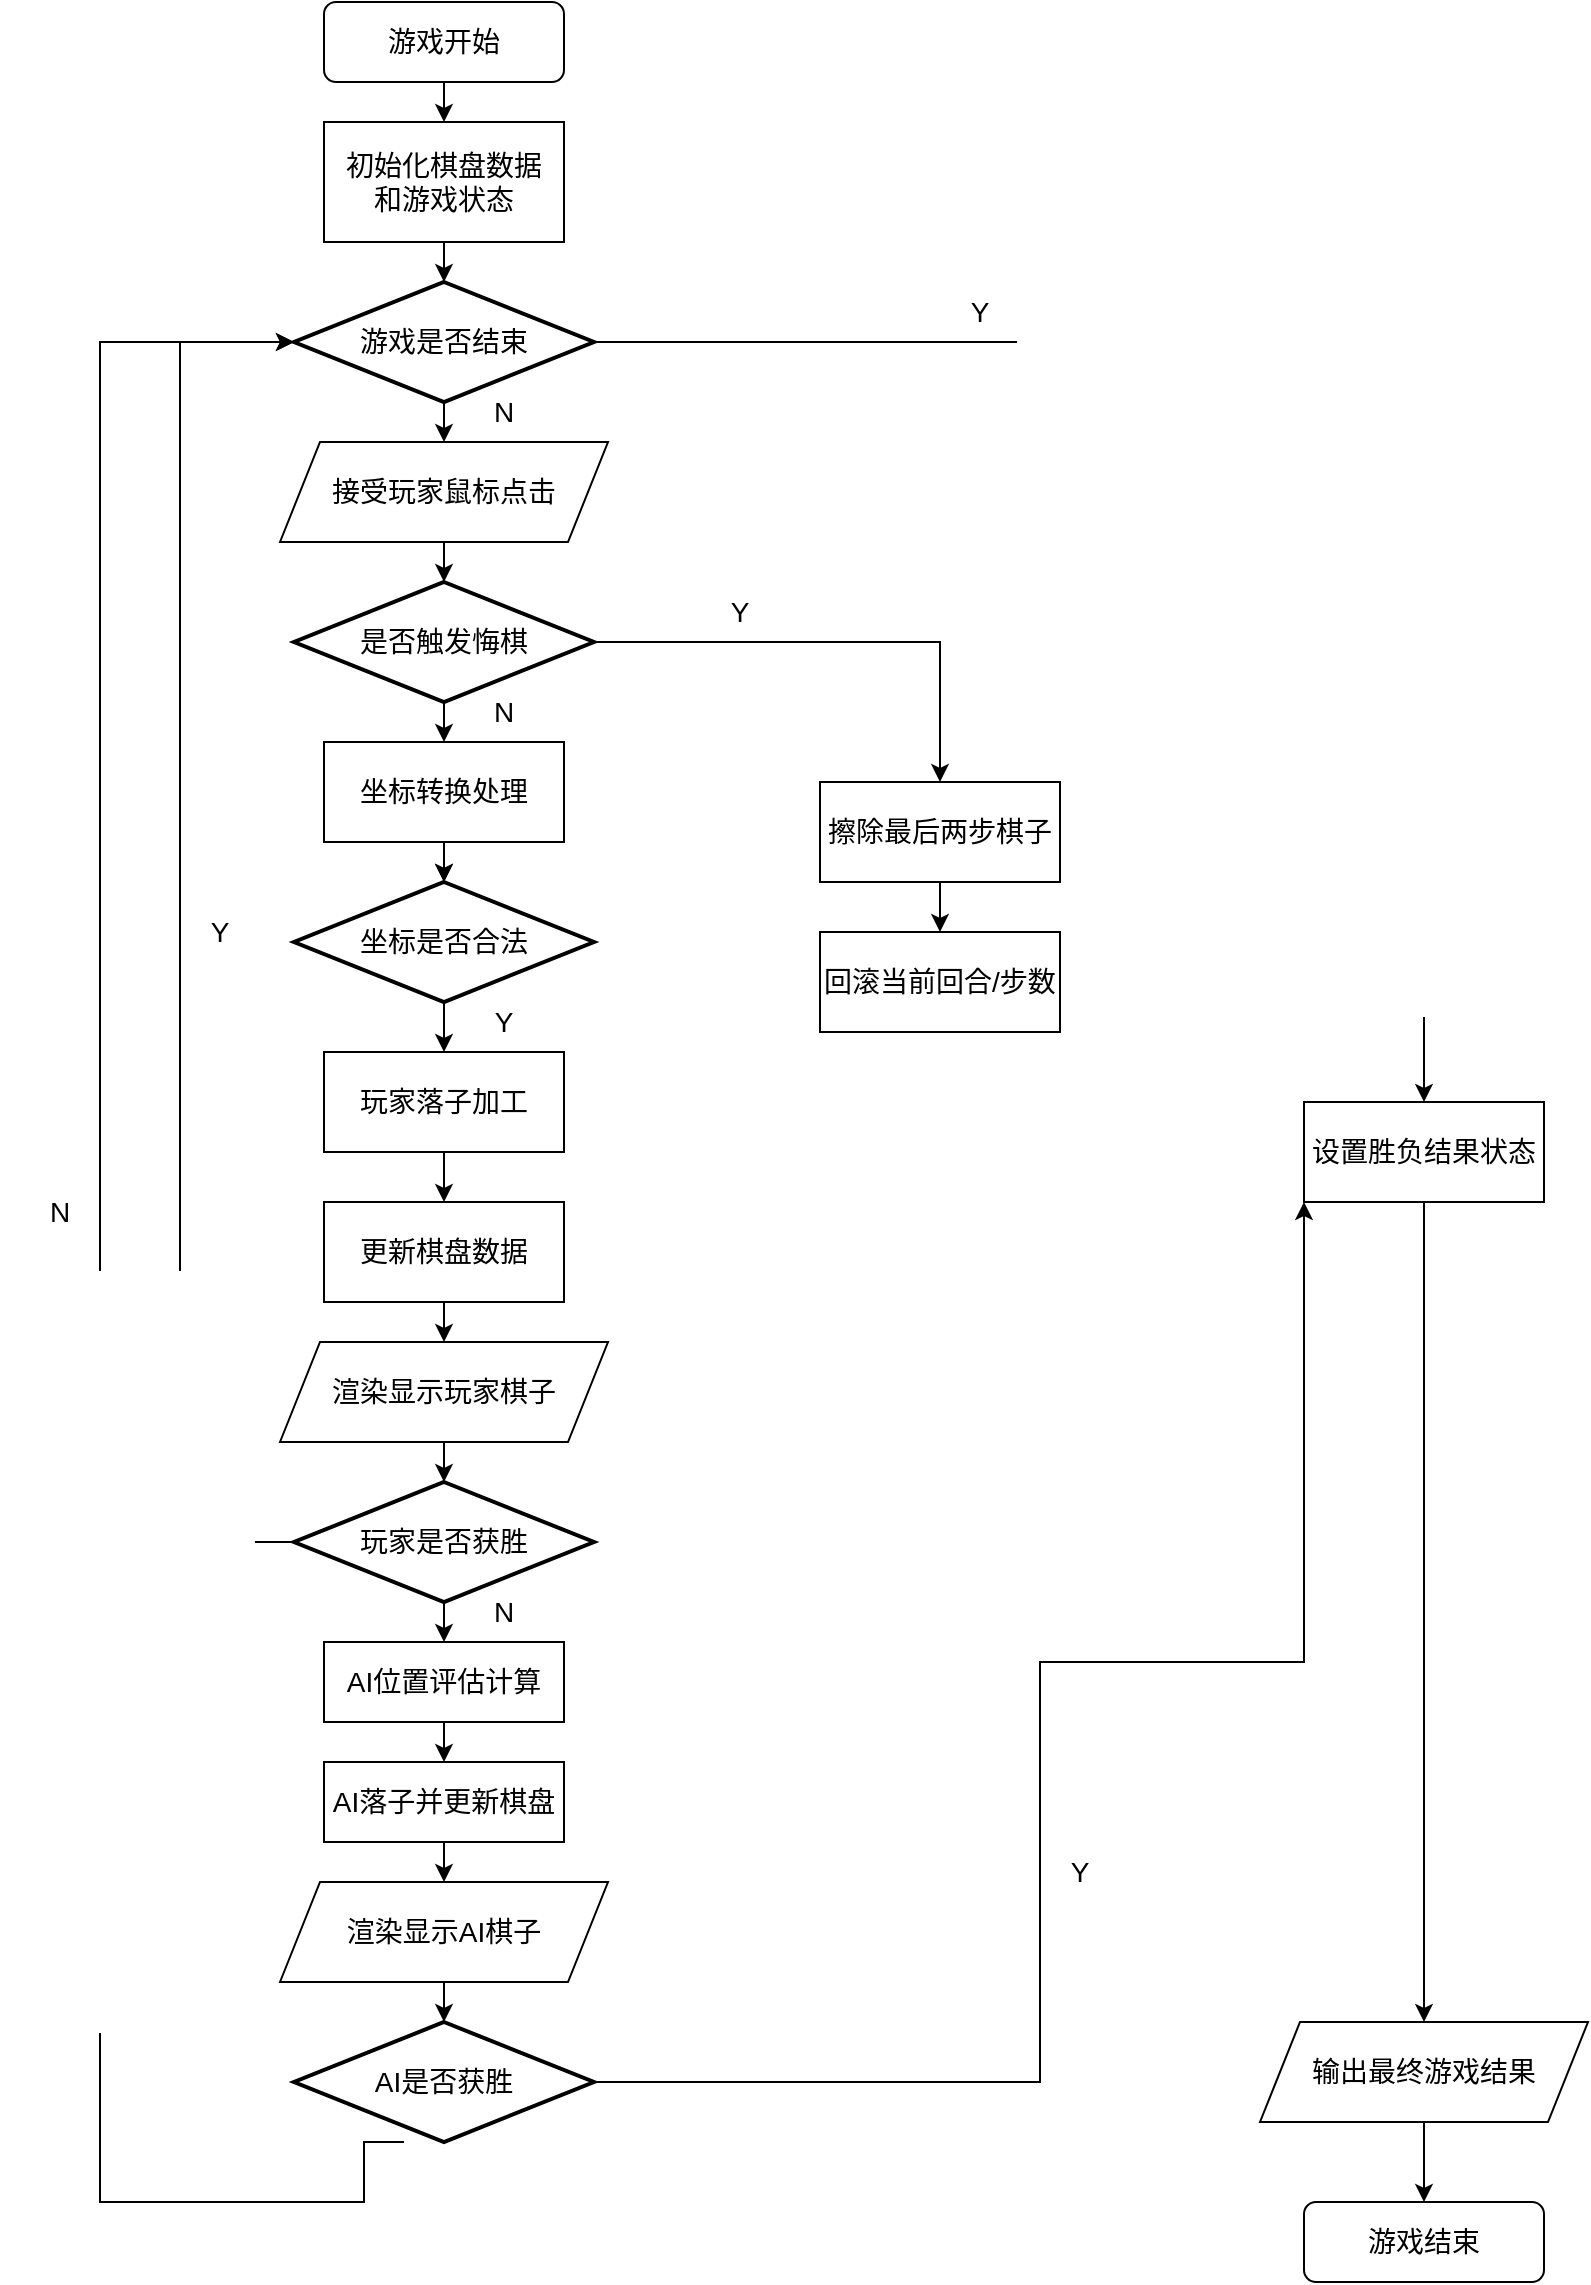
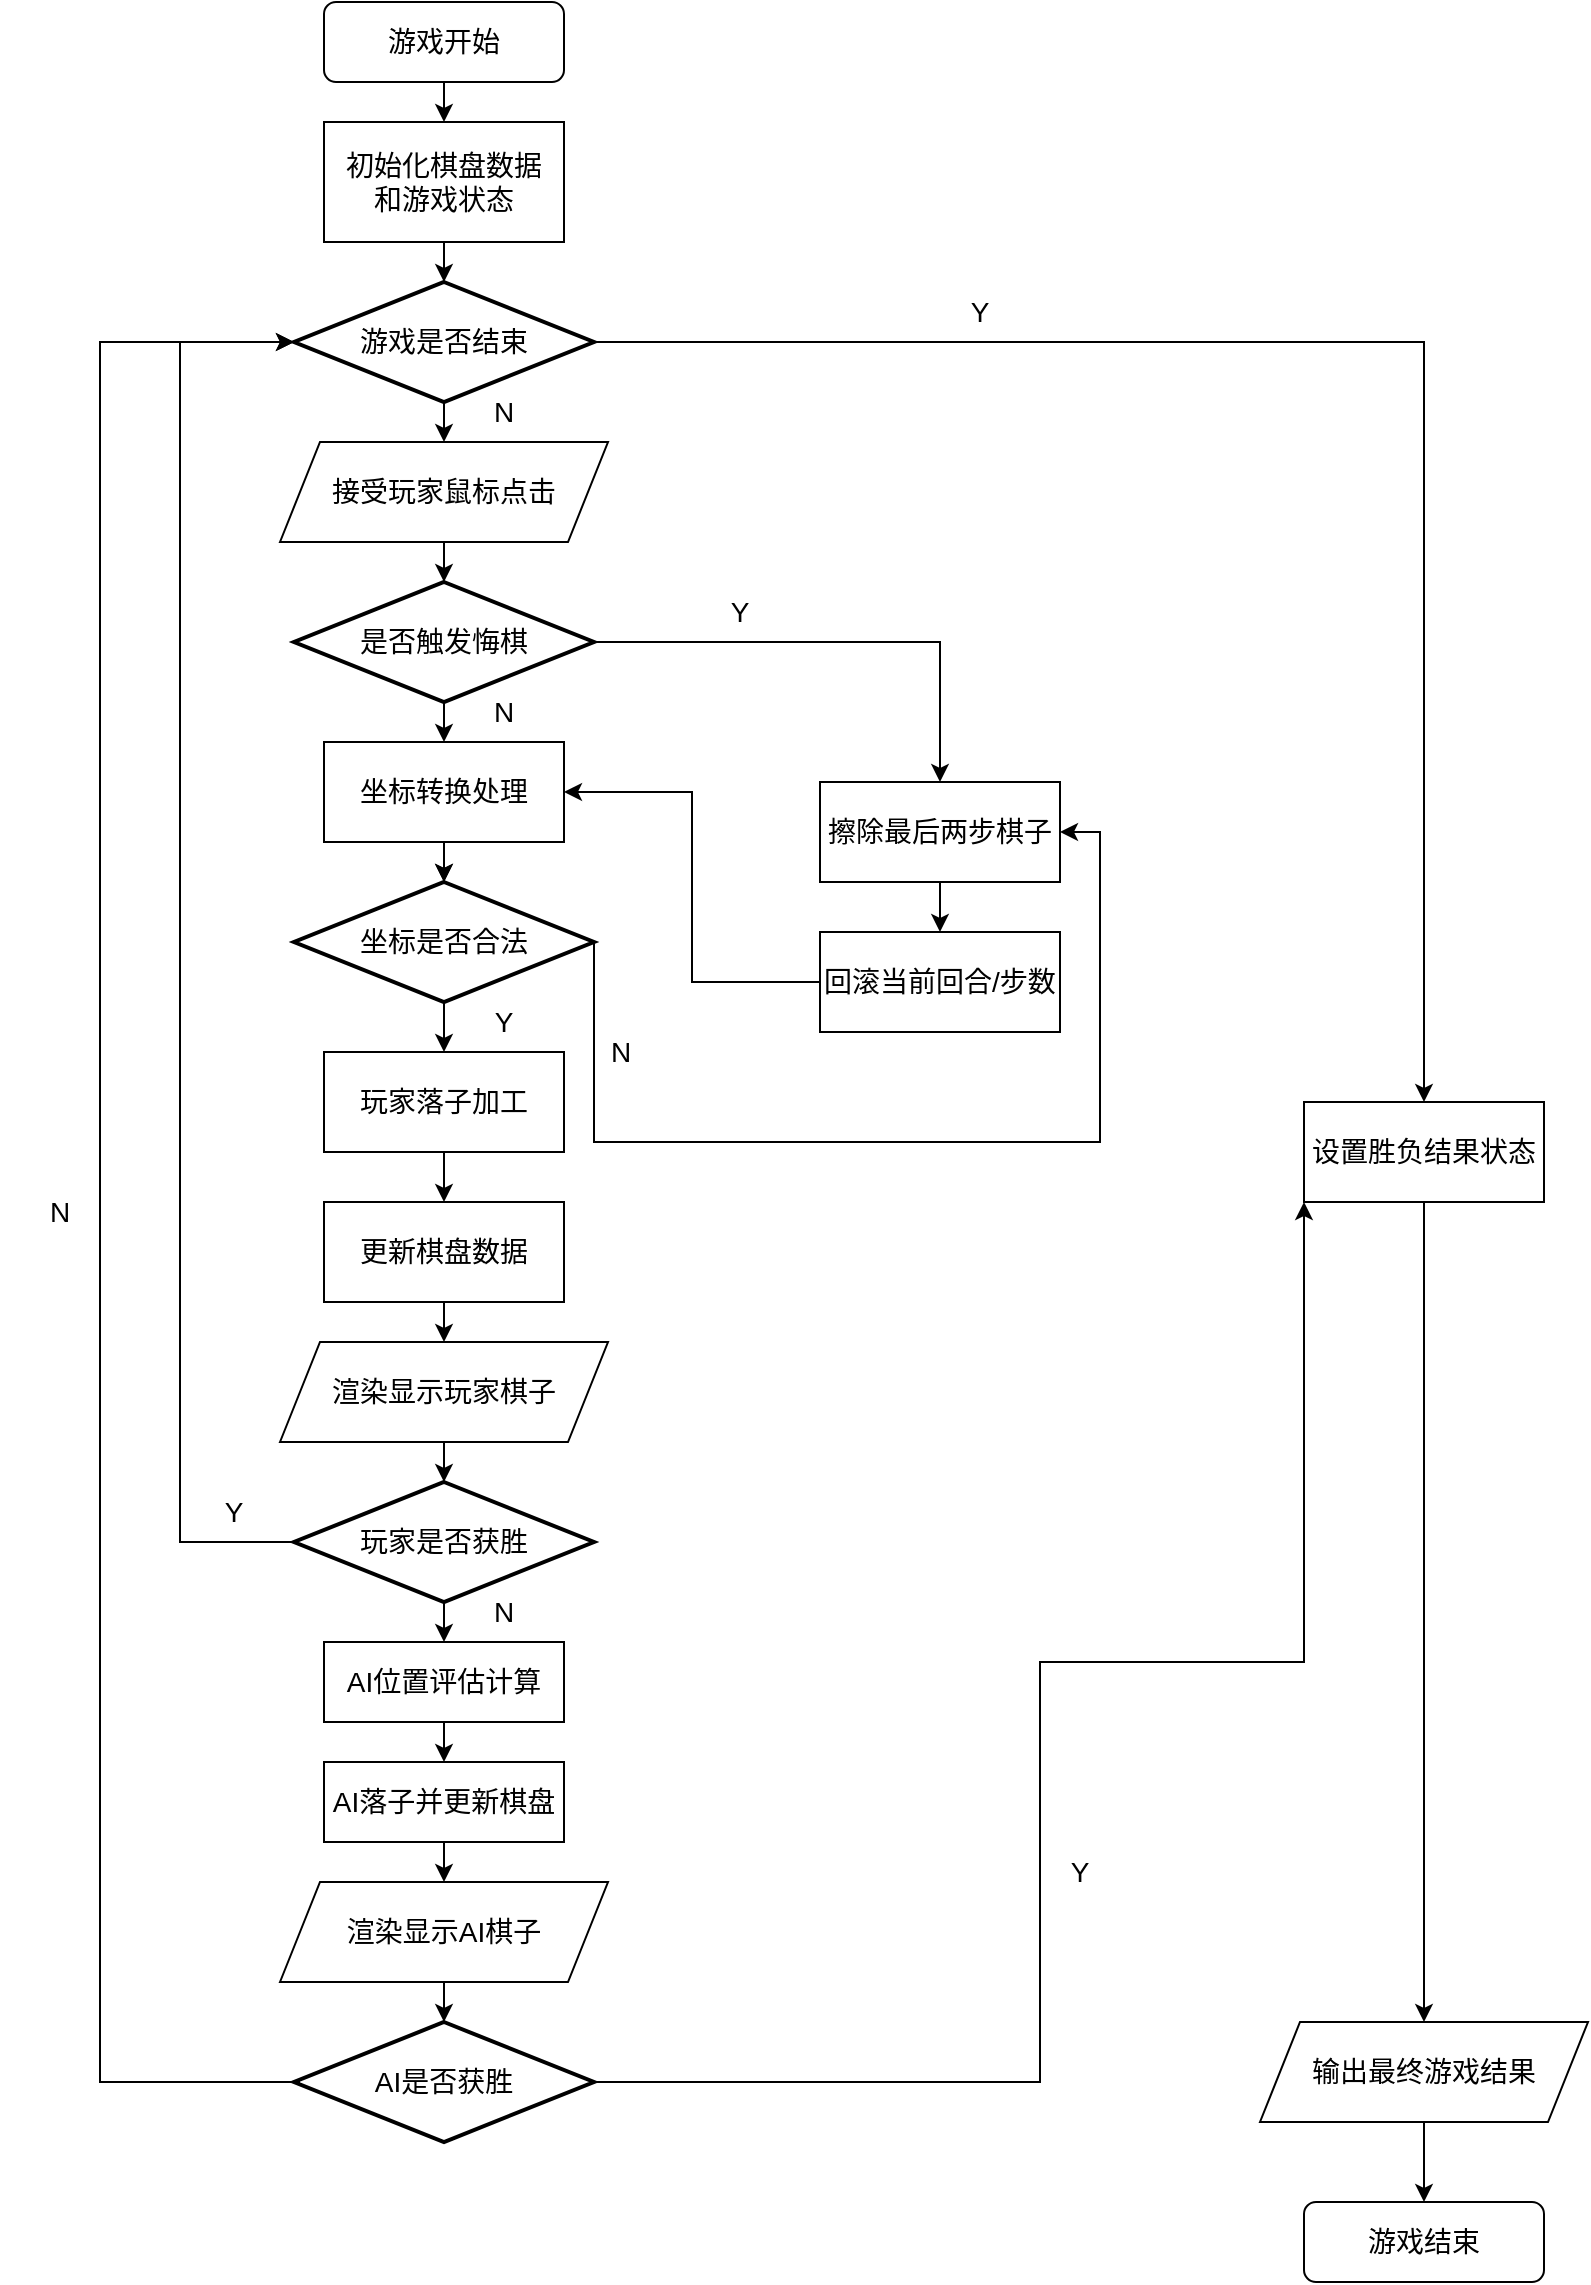
<mxfile host="app.diagrams.net">
  <diagram name="Page-1" id="Ut53iUmTTLsHKbGdxMO9">
    <mxGraphModel dx="2054" dy="1198" grid="1" gridSize="10" guides="1" tooltips="1" connect="1" arrows="1" fold="1" page="1" pageScale="1" pageWidth="827" pageHeight="1169" math="0" shadow="0">
      <root>
        <mxCell id="0" />
        <mxCell id="1" parent="0" />
        <mxCell id="LBzLqDpE-ghOYlSVNWWL-11" edge="1" parent="1" source="LBzLqDpE-ghOYlSVNWWL-4" style="edgeStyle=orthogonalEdgeStyle;rounded=0;orthogonalLoop=1;jettySize=auto;html=1;exitX=0.5;exitY=1;exitDx=0;exitDy=0;exitPerimeter=0;entryX=0.5;entryY=0;entryDx=0;entryDy=0;" target="LBzLqDpE-ghOYlSVNWWL-9">
          <mxGeometry relative="1" as="geometry" />
        </mxCell>
        <mxCell id="LBzLqDpE-ghOYlSVNWWL-51" edge="1" parent="1" source="LBzLqDpE-ghOYlSVNWWL-4" style="edgeStyle=orthogonalEdgeStyle;rounded=0;orthogonalLoop=1;jettySize=auto;html=1;exitX=1;exitY=0.5;exitDx=0;exitDy=0;exitPerimeter=0;entryX=0.5;entryY=0;entryDx=0;entryDy=0;" target="LBzLqDpE-ghOYlSVNWWL-45">
          <mxGeometry relative="1" as="geometry" />
        </mxCell>
        <mxCell id="LBzLqDpE-ghOYlSVNWWL-4" parent="1" style="strokeWidth=2;html=1;shape=mxgraph.flowchart.decision;whiteSpace=wrap;" value="&lt;font style=&quot;font-size: 14px;&quot;&gt;游戏是否结束&lt;/font&gt;" vertex="1">
          <mxGeometry height="60" width="150" x="147" y="160" as="geometry" />
        </mxCell>
        <mxCell id="LBzLqDpE-ghOYlSVNWWL-5" edge="1" parent="1" source="LBzLqDpE-ghOYlSVNWWL-6" style="edgeStyle=orthogonalEdgeStyle;rounded=0;orthogonalLoop=1;jettySize=auto;html=1;exitX=0.5;exitY=1;exitDx=0;exitDy=0;entryX=0.5;entryY=0;entryDx=0;entryDy=0;entryPerimeter=0;" target="LBzLqDpE-ghOYlSVNWWL-4">
          <mxGeometry relative="1" as="geometry">
            <mxPoint x="342" y="210" as="sourcePoint" />
          </mxGeometry>
        </mxCell>
        <mxCell id="LBzLqDpE-ghOYlSVNWWL-6" parent="1" style="rounded=0;whiteSpace=wrap;html=1;" value="&lt;font style=&quot;font-size: 14px;&quot;&gt;初始化棋盘数据&lt;/font&gt;&lt;div&gt;&lt;span style=&quot;font-size: 14px; background-color: transparent; color: light-dark(rgb(0, 0, 0), rgb(255, 255, 255));&quot;&gt;和游戏状态&lt;/span&gt;&lt;/div&gt;" vertex="1">
          <mxGeometry height="60" width="120" x="162" y="80" as="geometry" />
        </mxCell>
        <mxCell id="LBzLqDpE-ghOYlSVNWWL-8" edge="1" parent="1" source="LBzLqDpE-ghOYlSVNWWL-7" style="edgeStyle=orthogonalEdgeStyle;rounded=0;orthogonalLoop=1;jettySize=auto;html=1;exitX=0.5;exitY=1;exitDx=0;exitDy=0;entryX=0.5;entryY=0;entryDx=0;entryDy=0;" target="LBzLqDpE-ghOYlSVNWWL-6">
          <mxGeometry relative="1" as="geometry" />
        </mxCell>
        <mxCell id="LBzLqDpE-ghOYlSVNWWL-7" parent="1" style="rounded=1;whiteSpace=wrap;html=1;" value="&lt;font style=&quot;font-size: 14px;&quot;&gt;游戏开始&lt;/font&gt;" vertex="1">
          <mxGeometry height="40" width="120" x="162" y="20" as="geometry" />
        </mxCell>
        <mxCell id="LBzLqDpE-ghOYlSVNWWL-9" parent="1" style="shape=parallelogram;perimeter=parallelogramPerimeter;whiteSpace=wrap;html=1;fixedSize=1;" value="&lt;font style=&quot;font-size: 14px;&quot;&gt;接受玩家鼠标点击&lt;/font&gt;" vertex="1">
          <mxGeometry height="50" width="164" x="140" y="240" as="geometry" />
        </mxCell>
        <mxCell id="LBzLqDpE-ghOYlSVNWWL-12" parent="1" style="text;html=1;whiteSpace=wrap;strokeColor=none;fillColor=none;align=center;verticalAlign=middle;rounded=0;" value="&lt;font style=&quot;font-size: 14px;&quot;&gt;N&lt;/font&gt;" vertex="1">
          <mxGeometry height="30" width="60" x="222" y="210" as="geometry" />
        </mxCell>
        <mxCell id="LBzLqDpE-ghOYlSVNWWL-16" edge="1" parent="1" source="LBzLqDpE-ghOYlSVNWWL-13" style="edgeStyle=orthogonalEdgeStyle;rounded=0;orthogonalLoop=1;jettySize=auto;html=1;exitX=0.5;exitY=1;exitDx=0;exitDy=0;exitPerimeter=0;entryX=0.5;entryY=0;entryDx=0;entryDy=0;" target="LBzLqDpE-ghOYlSVNWWL-15">
          <mxGeometry relative="1" as="geometry" />
        </mxCell>
        <mxCell id="LBzLqDpE-ghOYlSVNWWL-47" edge="1" parent="1" source="LBzLqDpE-ghOYlSVNWWL-13" style="edgeStyle=orthogonalEdgeStyle;rounded=0;orthogonalLoop=1;jettySize=auto;html=1;exitX=1;exitY=0.5;exitDx=0;exitDy=0;exitPerimeter=0;entryX=0.5;entryY=0;entryDx=0;entryDy=0;" target="LBzLqDpE-ghOYlSVNWWL-46">
          <mxGeometry relative="1" as="geometry" />
        </mxCell>
        <mxCell id="LBzLqDpE-ghOYlSVNWWL-13" parent="1" style="strokeWidth=2;html=1;shape=mxgraph.flowchart.decision;whiteSpace=wrap;" value="&lt;font style=&quot;font-size: 14px;&quot;&gt;是否触发悔棋&lt;/font&gt;" vertex="1">
          <mxGeometry height="60" width="150" x="147" y="310" as="geometry" />
        </mxCell>
        <mxCell id="LBzLqDpE-ghOYlSVNWWL-14" edge="1" parent="1" source="LBzLqDpE-ghOYlSVNWWL-9" style="edgeStyle=orthogonalEdgeStyle;rounded=0;orthogonalLoop=1;jettySize=auto;html=1;exitX=0.5;exitY=1;exitDx=0;exitDy=0;entryX=0.5;entryY=0;entryDx=0;entryDy=0;entryPerimeter=0;" target="LBzLqDpE-ghOYlSVNWWL-13">
          <mxGeometry relative="1" as="geometry" />
        </mxCell>
        <mxCell id="LBzLqDpE-ghOYlSVNWWL-28" edge="1" parent="1" source="LBzLqDpE-ghOYlSVNWWL-15" style="edgeStyle=orthogonalEdgeStyle;rounded=0;orthogonalLoop=1;jettySize=auto;html=1;entryX=0.5;entryY=0;entryDx=0;entryDy=0;entryPerimeter=0;" target="LBzLqDpE-ghOYlSVNWWL-18" value="">
          <mxGeometry relative="1" as="geometry" />
        </mxCell>
        <mxCell id="LBzLqDpE-ghOYlSVNWWL-15" parent="1" style="rounded=0;whiteSpace=wrap;html=1;" value="&lt;font style=&quot;font-size: 14px;&quot;&gt;坐标转换处理&lt;/font&gt;" vertex="1">
          <mxGeometry height="50" width="120" x="162" y="390" as="geometry" />
        </mxCell>
        <mxCell id="LBzLqDpE-ghOYlSVNWWL-17" parent="1" style="text;html=1;whiteSpace=wrap;strokeColor=none;fillColor=none;align=center;verticalAlign=middle;rounded=0;" value="&lt;font style=&quot;font-size: 14px;&quot;&gt;N&lt;/font&gt;" vertex="1">
          <mxGeometry height="30" width="60" x="222" y="360" as="geometry" />
        </mxCell>
        <mxCell id="LBzLqDpE-ghOYlSVNWWL-22" edge="1" parent="1" source="LBzLqDpE-ghOYlSVNWWL-18" style="edgeStyle=orthogonalEdgeStyle;rounded=0;orthogonalLoop=1;jettySize=auto;html=1;exitX=0.5;exitY=1;exitDx=0;exitDy=0;exitPerimeter=0;entryX=0.5;entryY=0;entryDx=0;entryDy=0;" target="LBzLqDpE-ghOYlSVNWWL-21">
          <mxGeometry relative="1" as="geometry" />
        </mxCell>
+         <mxCell id="LBzLqDpE-ghOYlSVNWWL-66" edge="1" parent="1" source="LBzLqDpE-ghOYlSVNWWL-18" style="edgeStyle=orthogonalEdgeStyle;rounded=0;orthogonalLoop=1;jettySize=auto;html=1;exitX=1;exitY=0.5;exitDx=0;exitDy=0;exitPerimeter=0;entryX=1;entryY=0.5;entryDx=0;entryDy=0;" target="LBzLqDpE-ghOYlSVNWWL-46">
+           <mxGeometry relative="1" as="geometry">
+             <Array as="points">
+               <mxPoint x="297" y="590" />
+               <mxPoint x="550" y="590" />
+               <mxPoint x="550" y="435" />
+             </Array>
+           </mxGeometry>
+         </mxCell>
+         <mxCell id="LBzLqDpE-ghOYlSVNWWL-67" connectable="0" parent="LBzLqDpE-ghOYlSVNWWL-66" style="edgeLabel;html=1;align=center;verticalAlign=middle;resizable=0;points=[];" value="&lt;font style=&quot;font-size: 14px;&quot;&gt;N&lt;/font&gt;" vertex="1">
+           <mxGeometry relative="1" x="-0.8371" y="9" as="geometry">
+             <mxPoint x="4" y="12" as="offset" />
+           </mxGeometry>
+         </mxCell>
        <mxCell id="LBzLqDpE-ghOYlSVNWWL-18" parent="1" style="strokeWidth=2;html=1;shape=mxgraph.flowchart.decision;whiteSpace=wrap;" value="&lt;font style=&quot;font-size: 14px;&quot;&gt;坐标是否合法&lt;/font&gt;" vertex="1">
          <mxGeometry height="60" width="150" x="147" y="460" as="geometry" />
        </mxCell>
        <mxCell id="LBzLqDpE-ghOYlSVNWWL-20" edge="1" parent="1" source="LBzLqDpE-ghOYlSVNWWL-15" style="edgeStyle=orthogonalEdgeStyle;rounded=0;orthogonalLoop=1;jettySize=auto;html=1;exitX=0.5;exitY=1;exitDx=0;exitDy=0;entryX=0.5;entryY=0;entryDx=0;entryDy=0;entryPerimeter=0;" target="LBzLqDpE-ghOYlSVNWWL-18">
          <mxGeometry relative="1" as="geometry" />
        </mxCell>
        <mxCell id="LBzLqDpE-ghOYlSVNWWL-25" edge="1" parent="1" source="LBzLqDpE-ghOYlSVNWWL-21" style="edgeStyle=orthogonalEdgeStyle;rounded=0;orthogonalLoop=1;jettySize=auto;html=1;exitX=0.5;exitY=1;exitDx=0;exitDy=0;entryX=0.5;entryY=0;entryDx=0;entryDy=0;" target="LBzLqDpE-ghOYlSVNWWL-24">
          <mxGeometry relative="1" as="geometry" />
        </mxCell>
        <mxCell id="LBzLqDpE-ghOYlSVNWWL-21" parent="1" style="rounded=0;whiteSpace=wrap;html=1;" value="&lt;font style=&quot;font-size: 14px;&quot;&gt;玩家落子加工&lt;/font&gt;" vertex="1">
          <mxGeometry height="50" width="120" x="162" y="545" as="geometry" />
        </mxCell>
        <mxCell id="LBzLqDpE-ghOYlSVNWWL-23" parent="1" style="text;html=1;whiteSpace=wrap;strokeColor=none;fillColor=none;align=center;verticalAlign=middle;rounded=0;" value="&lt;font style=&quot;font-size: 14px;&quot;&gt;Y&lt;/font&gt;" vertex="1">
          <mxGeometry height="30" width="60" x="222" y="515" as="geometry" />
        </mxCell>
        <mxCell id="LBzLqDpE-ghOYlSVNWWL-27" edge="1" parent="1" source="LBzLqDpE-ghOYlSVNWWL-24" style="edgeStyle=orthogonalEdgeStyle;rounded=0;orthogonalLoop=1;jettySize=auto;html=1;exitX=0.5;exitY=1;exitDx=0;exitDy=0;entryX=0.5;entryY=0;entryDx=0;entryDy=0;" target="LBzLqDpE-ghOYlSVNWWL-26">
          <mxGeometry relative="1" as="geometry" />
        </mxCell>
        <mxCell id="LBzLqDpE-ghOYlSVNWWL-24" parent="1" style="rounded=0;whiteSpace=wrap;html=1;" value="&lt;font style=&quot;font-size: 14px;&quot;&gt;更新棋盘数据&lt;/font&gt;" vertex="1">
          <mxGeometry height="50" width="120" x="162" y="620" as="geometry" />
        </mxCell>
        <mxCell id="LBzLqDpE-ghOYlSVNWWL-26" parent="1" style="shape=parallelogram;perimeter=parallelogramPerimeter;whiteSpace=wrap;html=1;fixedSize=1;" value="&lt;font style=&quot;font-size: 14px;&quot;&gt;渲染显示玩家棋子&lt;/font&gt;" vertex="1">
          <mxGeometry height="50" width="164" x="140" y="690" as="geometry" />
        </mxCell>
        <mxCell id="LBzLqDpE-ghOYlSVNWWL-33" edge="1" parent="1" source="LBzLqDpE-ghOYlSVNWWL-30" style="edgeStyle=orthogonalEdgeStyle;rounded=0;orthogonalLoop=1;jettySize=auto;html=1;exitX=0.5;exitY=1;exitDx=0;exitDy=0;exitPerimeter=0;entryX=0.5;entryY=0;entryDx=0;entryDy=0;" target="LBzLqDpE-ghOYlSVNWWL-32">
          <mxGeometry relative="1" as="geometry" />
        </mxCell>
        <mxCell id="LBzLqDpE-ghOYlSVNWWL-30" parent="1" style="strokeWidth=2;html=1;shape=mxgraph.flowchart.decision;whiteSpace=wrap;" value="&lt;font style=&quot;font-size: 14px;&quot;&gt;玩家是否获胜&lt;/font&gt;" vertex="1">
          <mxGeometry height="60" width="150" x="147" y="760" as="geometry" />
        </mxCell>
        <mxCell id="LBzLqDpE-ghOYlSVNWWL-31" edge="1" parent="1" source="LBzLqDpE-ghOYlSVNWWL-26" style="edgeStyle=orthogonalEdgeStyle;rounded=0;orthogonalLoop=1;jettySize=auto;html=1;exitX=0.5;exitY=1;exitDx=0;exitDy=0;entryX=0.5;entryY=0;entryDx=0;entryDy=0;entryPerimeter=0;" target="LBzLqDpE-ghOYlSVNWWL-30">
          <mxGeometry relative="1" as="geometry" />
        </mxCell>
        <mxCell id="LBzLqDpE-ghOYlSVNWWL-37" edge="1" parent="1" source="LBzLqDpE-ghOYlSVNWWL-32" style="edgeStyle=orthogonalEdgeStyle;rounded=0;orthogonalLoop=1;jettySize=auto;html=1;exitX=0.5;exitY=1;exitDx=0;exitDy=0;entryX=0.5;entryY=0;entryDx=0;entryDy=0;" target="LBzLqDpE-ghOYlSVNWWL-35">
          <mxGeometry relative="1" as="geometry" />
        </mxCell>
        <mxCell id="LBzLqDpE-ghOYlSVNWWL-32" parent="1" style="rounded=0;whiteSpace=wrap;html=1;" value="&lt;font style=&quot;font-size: 14px;&quot;&gt;AI位置评估计算&lt;/font&gt;" vertex="1">
          <mxGeometry height="40" width="120" x="162" y="840" as="geometry" />
        </mxCell>
        <mxCell id="LBzLqDpE-ghOYlSVNWWL-34" parent="1" style="text;html=1;whiteSpace=wrap;strokeColor=none;fillColor=none;align=center;verticalAlign=middle;rounded=0;" value="&lt;font style=&quot;font-size: 14px;&quot;&gt;N&lt;/font&gt;" vertex="1">
          <mxGeometry height="30" width="60" x="222" y="810" as="geometry" />
        </mxCell>
        <mxCell id="LBzLqDpE-ghOYlSVNWWL-39" edge="1" parent="1" source="LBzLqDpE-ghOYlSVNWWL-35" style="edgeStyle=orthogonalEdgeStyle;rounded=0;orthogonalLoop=1;jettySize=auto;html=1;exitX=0.5;exitY=1;exitDx=0;exitDy=0;entryX=0.5;entryY=0;entryDx=0;entryDy=0;" target="LBzLqDpE-ghOYlSVNWWL-38">
          <mxGeometry relative="1" as="geometry" />
        </mxCell>
        <mxCell id="LBzLqDpE-ghOYlSVNWWL-35" parent="1" style="rounded=0;whiteSpace=wrap;html=1;" value="&lt;font style=&quot;font-size: 14px;&quot;&gt;AI落子并更新棋盘&lt;/font&gt;" vertex="1">
          <mxGeometry height="40" width="120" x="162" y="900" as="geometry" />
        </mxCell>
        <mxCell id="LBzLqDpE-ghOYlSVNWWL-38" parent="1" style="shape=parallelogram;perimeter=parallelogramPerimeter;whiteSpace=wrap;html=1;fixedSize=1;" value="&lt;font style=&quot;font-size: 14px;&quot;&gt;渲染显示AI棋子&lt;/font&gt;" vertex="1">
          <mxGeometry height="50" width="164" x="140" y="960" as="geometry" />
        </mxCell>
        <mxCell id="LBzLqDpE-ghOYlSVNWWL-59" edge="1" parent="1" source="LBzLqDpE-ghOYlSVNWWL-40" style="edgeStyle=orthogonalEdgeStyle;rounded=0;orthogonalLoop=1;jettySize=auto;html=1;exitX=1;exitY=0.5;exitDx=0;exitDy=0;exitPerimeter=0;entryX=0;entryY=1;entryDx=0;entryDy=0;" target="LBzLqDpE-ghOYlSVNWWL-45">
          <mxGeometry relative="1" as="geometry">
            <Array as="points">
              <mxPoint x="520" y="1060" />
              <mxPoint x="520" y="850" />
              <mxPoint x="652" y="850" />
            </Array>
          </mxGeometry>
        </mxCell>
        <mxCell id="LBzLqDpE-ghOYlSVNWWL-40" parent="1" style="strokeWidth=2;html=1;shape=mxgraph.flowchart.decision;whiteSpace=wrap;" value="&lt;font style=&quot;font-size: 14px;&quot;&gt;AI是否获胜&lt;/font&gt;" vertex="1">
          <mxGeometry height="60" width="150" x="147" y="1030" as="geometry" />
        </mxCell>
        <mxCell id="LBzLqDpE-ghOYlSVNWWL-41" edge="1" parent="1" source="LBzLqDpE-ghOYlSVNWWL-38" style="edgeStyle=orthogonalEdgeStyle;rounded=0;orthogonalLoop=1;jettySize=auto;html=1;exitX=0.5;exitY=1;exitDx=0;exitDy=0;entryX=0.5;entryY=0;entryDx=0;entryDy=0;entryPerimeter=0;" target="LBzLqDpE-ghOYlSVNWWL-40">
          <mxGeometry relative="1" as="geometry" />
        </mxCell>
        <mxCell id="LBzLqDpE-ghOYlSVNWWL-55" edge="1" parent="1" source="LBzLqDpE-ghOYlSVNWWL-42" style="edgeStyle=orthogonalEdgeStyle;rounded=0;orthogonalLoop=1;jettySize=auto;html=1;exitX=0.5;exitY=1;exitDx=0;exitDy=0;entryX=0.5;entryY=0;entryDx=0;entryDy=0;" target="LBzLqDpE-ghOYlSVNWWL-43">
          <mxGeometry relative="1" as="geometry" />
        </mxCell>
        <mxCell id="LBzLqDpE-ghOYlSVNWWL-42" parent="1" style="shape=parallelogram;perimeter=parallelogramPerimeter;whiteSpace=wrap;html=1;fixedSize=1;" value="&lt;font style=&quot;font-size: 14px;&quot;&gt;输出最终游戏结果&lt;/font&gt;" vertex="1">
          <mxGeometry height="50" width="164" x="630" y="1030" as="geometry" />
        </mxCell>
        <mxCell id="LBzLqDpE-ghOYlSVNWWL-43" parent="1" style="rounded=1;whiteSpace=wrap;html=1;" value="&lt;font style=&quot;font-size: 14px;&quot;&gt;游戏结束&lt;/font&gt;" vertex="1">
          <mxGeometry height="40" width="120" x="652" y="1120" as="geometry" />
        </mxCell>
        <mxCell id="LBzLqDpE-ghOYlSVNWWL-54" edge="1" parent="1" source="LBzLqDpE-ghOYlSVNWWL-45" style="edgeStyle=orthogonalEdgeStyle;rounded=0;orthogonalLoop=1;jettySize=auto;html=1;exitX=0.5;exitY=1;exitDx=0;exitDy=0;entryX=0.5;entryY=0;entryDx=0;entryDy=0;" target="LBzLqDpE-ghOYlSVNWWL-42">
          <mxGeometry relative="1" as="geometry" />
        </mxCell>
        <mxCell id="LBzLqDpE-ghOYlSVNWWL-45" parent="1" style="rounded=0;whiteSpace=wrap;html=1;" value="&lt;font style=&quot;font-size: 14px;&quot;&gt;设置胜负结果状态&lt;/font&gt;" vertex="1">
          <mxGeometry height="50" width="120" x="652" y="570" as="geometry" />
        </mxCell>
        <mxCell id="LBzLqDpE-ghOYlSVNWWL-53" edge="1" parent="1" source="LBzLqDpE-ghOYlSVNWWL-46" style="edgeStyle=orthogonalEdgeStyle;rounded=0;orthogonalLoop=1;jettySize=auto;html=1;exitX=0.5;exitY=1;exitDx=0;exitDy=0;entryX=0.5;entryY=0;entryDx=0;entryDy=0;" target="LBzLqDpE-ghOYlSVNWWL-50">
          <mxGeometry relative="1" as="geometry" />
        </mxCell>
        <mxCell id="LBzLqDpE-ghOYlSVNWWL-46" parent="1" style="rounded=0;whiteSpace=wrap;html=1;" value="&lt;font style=&quot;font-size: 14px;&quot;&gt;擦除最后两步棋子&lt;/font&gt;" vertex="1">
          <mxGeometry height="50" width="120" x="410" y="410" as="geometry" />
        </mxCell>
        <mxCell id="LBzLqDpE-ghOYlSVNWWL-48" parent="1" style="text;html=1;whiteSpace=wrap;strokeColor=none;fillColor=none;align=center;verticalAlign=middle;rounded=0;" value="&lt;font style=&quot;font-size: 14px;&quot;&gt;Y&lt;/font&gt;" vertex="1">
          <mxGeometry height="30" width="60" x="340" y="310" as="geometry" />
        </mxCell>
+         <mxCell id="LBzLqDpE-ghOYlSVNWWL-64" edge="1" parent="1" source="LBzLqDpE-ghOYlSVNWWL-50" style="edgeStyle=orthogonalEdgeStyle;rounded=0;orthogonalLoop=1;jettySize=auto;html=1;exitX=0;exitY=0.5;exitDx=0;exitDy=0;entryX=1;entryY=0.5;entryDx=0;entryDy=0;" target="LBzLqDpE-ghOYlSVNWWL-15">
+           <mxGeometry relative="1" as="geometry" />
+         </mxCell>
        <mxCell id="LBzLqDpE-ghOYlSVNWWL-50" parent="1" style="rounded=0;whiteSpace=wrap;html=1;" value="&lt;font style=&quot;font-size: 14px;&quot;&gt;回滚当前回合/步数&lt;/font&gt;" vertex="1">
          <mxGeometry height="50" width="120" x="410" y="485" as="geometry" />
        </mxCell>
        <mxCell id="LBzLqDpE-ghOYlSVNWWL-52" parent="1" style="text;html=1;whiteSpace=wrap;strokeColor=none;fillColor=none;align=center;verticalAlign=middle;rounded=0;" value="&lt;font style=&quot;font-size: 14px;&quot;&gt;Y&lt;/font&gt;" vertex="1">
          <mxGeometry height="30" width="60" x="460" y="160" as="geometry" />
        </mxCell>
-         <mxCell id="LBzLqDpE-ghOYlSVNWWL-57" edge="1" parent="1" style="edgeStyle=orthogonalEdgeStyle;rounded=0;orthogonalLoop=1;jettySize=auto;html=1;exitX=0.5;exitY=1;exitDx=0;exitDy=0;exitPerimeter=0;entryX=0;entryY=0.5;entryDx=0;entryDy=0;entryPerimeter=0;" target="LBzLqDpE-ghOYlSVNWWL-4">
-           <mxGeometry relative="1" as="geometry">
-             <Array as="points">
-               <mxPoint x="182" y="1090" />
-               <mxPoint x="182" y="1120" />
-               <mxPoint x="50" y="1120" />
+         <mxCell id="LBzLqDpE-ghOYlSVNWWL-57" edge="1" parent="1" style="edgeStyle=orthogonalEdgeStyle;rounded=0;orthogonalLoop=1;jettySize=auto;html=1;entryX=0;entryY=0.5;entryDx=0;entryDy=0;entryPerimeter=0;" target="LBzLqDpE-ghOYlSVNWWL-4">
+           <mxGeometry relative="1" as="geometry">
+             <Array as="points">
+               <mxPoint x="50" y="1060" />
              <mxPoint x="50" y="190" />
            </Array>
-             <mxPoint x="202" y="1090" as="sourcePoint" />
+             <mxPoint x="150" y="1060" as="sourcePoint" />
            <mxPoint x="127" y="190" as="targetPoint" />
          </mxGeometry>
        </mxCell>
        <mxCell id="LBzLqDpE-ghOYlSVNWWL-58" parent="1" style="text;html=1;whiteSpace=wrap;strokeColor=none;fillColor=none;align=center;verticalAlign=middle;rounded=0;" value="&lt;font style=&quot;font-size: 14px;&quot;&gt;N&lt;/font&gt;" vertex="1">
          <mxGeometry height="30" width="60" y="610" as="geometry" />
        </mxCell>
        <mxCell id="LBzLqDpE-ghOYlSVNWWL-60" parent="1" style="text;html=1;whiteSpace=wrap;strokeColor=none;fillColor=none;align=center;verticalAlign=middle;rounded=0;" value="&lt;font style=&quot;font-size: 14px;&quot;&gt;Y&lt;/font&gt;" vertex="1">
          <mxGeometry height="30" width="60" x="510" y="940" as="geometry" />
        </mxCell>
        <mxCell id="LBzLqDpE-ghOYlSVNWWL-62" edge="1" parent="1" source="LBzLqDpE-ghOYlSVNWWL-30" style="edgeStyle=orthogonalEdgeStyle;rounded=0;orthogonalLoop=1;jettySize=auto;html=1;exitX=0;exitY=0.5;exitDx=0;exitDy=0;exitPerimeter=0;entryX=0;entryY=0.5;entryDx=0;entryDy=0;entryPerimeter=0;" target="LBzLqDpE-ghOYlSVNWWL-4">
          <mxGeometry relative="1" as="geometry">
            <Array as="points">
              <mxPoint x="90" y="790" />
              <mxPoint x="90" y="190" />
            </Array>
          </mxGeometry>
        </mxCell>
        <mxCell id="LBzLqDpE-ghOYlSVNWWL-63" parent="1" style="text;html=1;whiteSpace=wrap;strokeColor=none;fillColor=none;align=center;verticalAlign=middle;rounded=0;" value="&lt;font style=&quot;font-size: 14px;&quot;&gt;Y&lt;/font&gt;" vertex="1">
-           <mxGeometry height="30" width="60" x="80" y="470" as="geometry" />
+           <mxGeometry height="30" width="60" x="87" y="760" as="geometry" />
        </mxCell>
      </root>
    </mxGraphModel>
  </diagram>
</mxfile>
